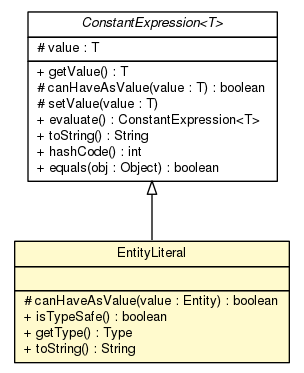
Before: doc/model/programs/parsing/language/expression/constant/literal/EntityLiteral.png, a diagram exported from Graphviz (sinopeus/asteroids). Its source is kept beside it as doc/model/programs/parsing/language/expression/constant/literal/EntityLiteral.dot.
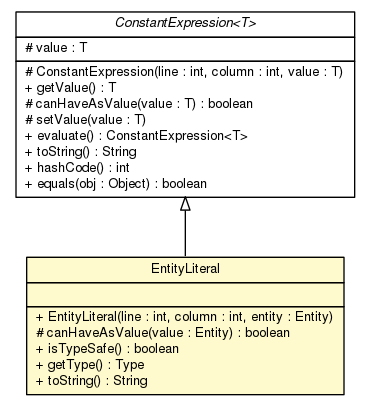
The same diagram one commit later.

What changed in the source:
```diff
@@ -4,7 +4,7 @@
 	node [fontname="Helvetica",fontsize=10,shape=plaintext];
 	nodesep=0.25;
 	ranksep=0.5;
-	c8090 [label=<<table title="model.programs.parsing.language.expression.constant.ConstantExpression" border="0" cellborder="1" cellspacing="0" cellpadding="2" port="p" href="../ConstantExpression.html">
+	c8128 [label=<<table title="model.programs.parsing.language.expression.constant.ConstantExpression" border="0" cellborder="1" cellspacing="0" cellpadding="2" port="p" href="../ConstantExpression.html">
 		<tr><td><table border="0" cellspacing="0" cellpadding="1">
 <tr><td align="center" balign="center"><font face="Helvetica-Oblique"> ConstantExpression&lt;T&gt; </font></td></tr>
 		</table></td></tr>
@@ -12,6 +12,7 @@
 <tr><td align="left" balign="left"> # value : T </td></tr>
 		</table></td></tr>
 		<tr><td><table border="0" cellspacing="0" cellpadding="1">
+<tr><td align="left" balign="left"> # ConstantExpression(line : int, column : int, value : T) </td></tr>
 <tr><td align="left" balign="left"> + getValue() : T </td></tr>
 <tr><td align="left" balign="left"> # canHaveAsValue(value : T) : boolean </td></tr>
 <tr><td align="left" balign="left"> # setValue(value : T) </td></tr>
@@ -21,7 +22,7 @@
 <tr><td align="left" balign="left"> + equals(obj : Object) : boolean </td></tr>
 		</table></td></tr>
 		</table>>, URL="../ConstantExpression.html", fontname="Helvetica", fontcolor="black", fontsize=10.0];
-	c8096 [label=<<table title="model.programs.parsing.language.expression.constant.literal.EntityLiteral" border="0" cellborder="1" cellspacing="0" cellpadding="2" port="p" bgcolor="lemonChiffon" href="./EntityLiteral.html">
+	c8134 [label=<<table title="model.programs.parsing.language.expression.constant.literal.EntityLiteral" border="0" cellborder="1" cellspacing="0" cellpadding="2" port="p" bgcolor="lemonChiffon" href="./EntityLiteral.html">
 		<tr><td><table border="0" cellspacing="0" cellpadding="1">
 <tr><td align="center" balign="center"> EntityLiteral </td></tr>
 		</table></td></tr>
@@ -29,11 +30,12 @@
 <tr><td align="left" balign="left">  </td></tr>
 		</table></td></tr>
 		<tr><td><table border="0" cellspacing="0" cellpadding="1">
+<tr><td align="left" balign="left"> + EntityLiteral(line : int, column : int, entity : Entity) </td></tr>
 <tr><td align="left" balign="left"> # canHaveAsValue(value : Entity) : boolean </td></tr>
 <tr><td align="left" balign="left"> + isTypeSafe() : boolean </td></tr>
 <tr><td align="left" balign="left"> + getType() : Type </td></tr>
 <tr><td align="left" balign="left"> + toString() : String </td></tr>
 		</table></td></tr>
 		</table>>, URL="./EntityLiteral.html", fontname="Helvetica", fontcolor="black", fontsize=10.0];
-	c8090:p -> c8096:p [dir=back,arrowtail=empty];
+	c8128:p -> c8134:p [dir=back,arrowtail=empty];
 }
```
